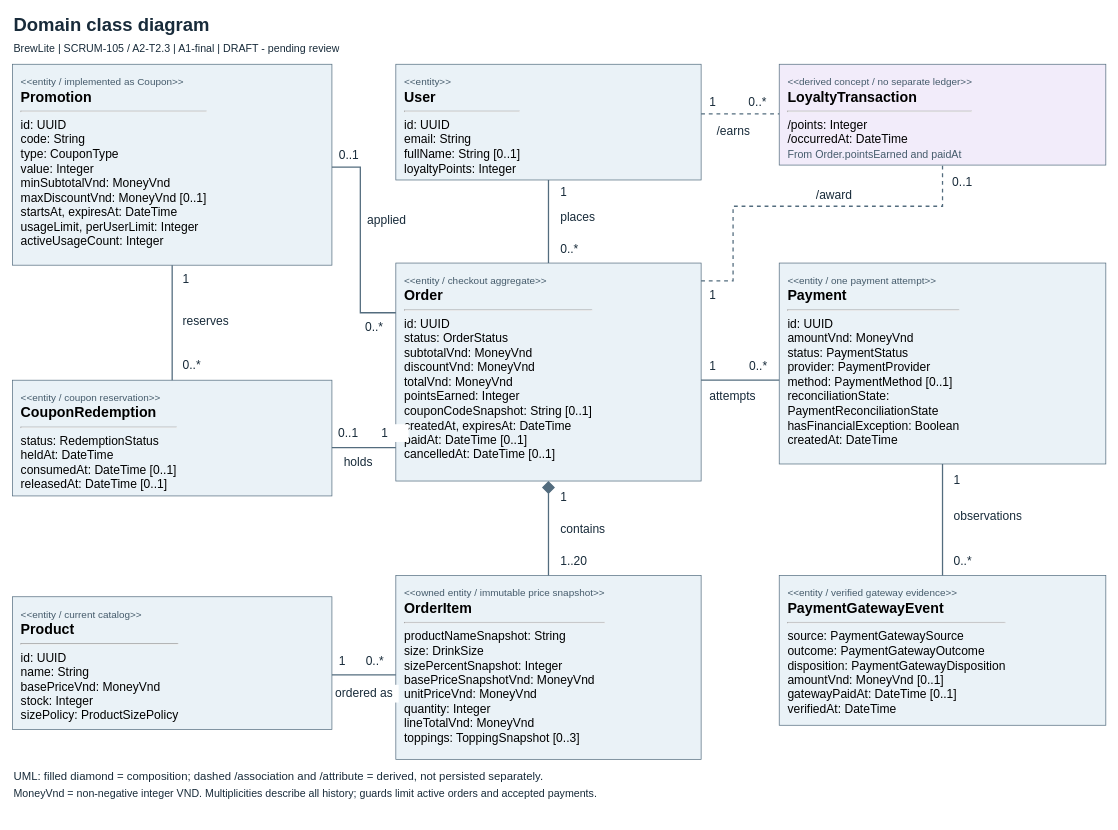
Above: page "Domain class diagram" (1 of 2) of docs/diagrams/brewlite-domain-class.drawio in brewlite-project/brewlite-a2 (draw.io), before the change. Source tidied: cells renumbered, new cells numbered last; positions are measured from the earlier drawing's top-left corner, leaving out a move shared by most shapes. Both pictures are drawn from the tidied source at 71%, with x=0, y=0 at pixel (12, 12).
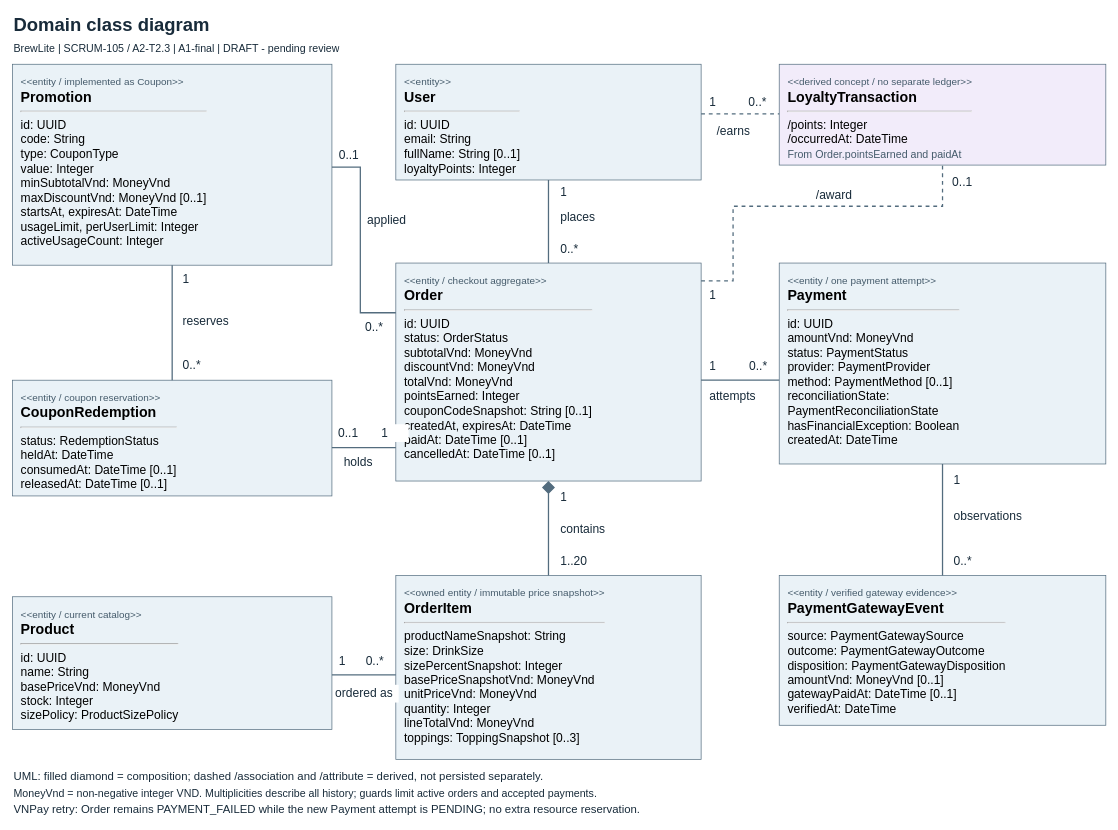
The same diagram, later.

Diff of the diagram source:
```diff
@@
+    <mxCell id="55" value="VNPay retry: Order remains PAYMENT_FAILED while the new Payment attempt is PENDING; no extra resource reservation." style="text;html=1;align=left;verticalAlign=middle;whiteSpace=wrap;overflow=hidden;fontFamily=Arial;fontSize=16;fontStyle=0;fontColor=#182B3A;fillColor=#FFFFFF;" parent="1" vertex="1">
+      <mxGeometry y="1108" width="1500" height="27" as="geometry" />
+    </mxCell>
```
